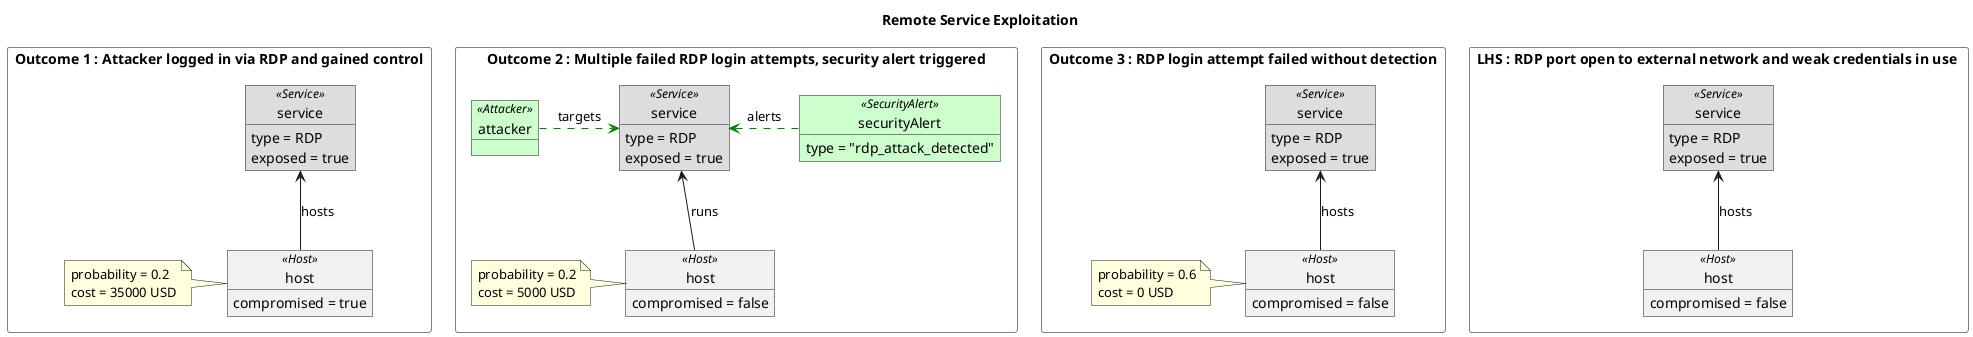
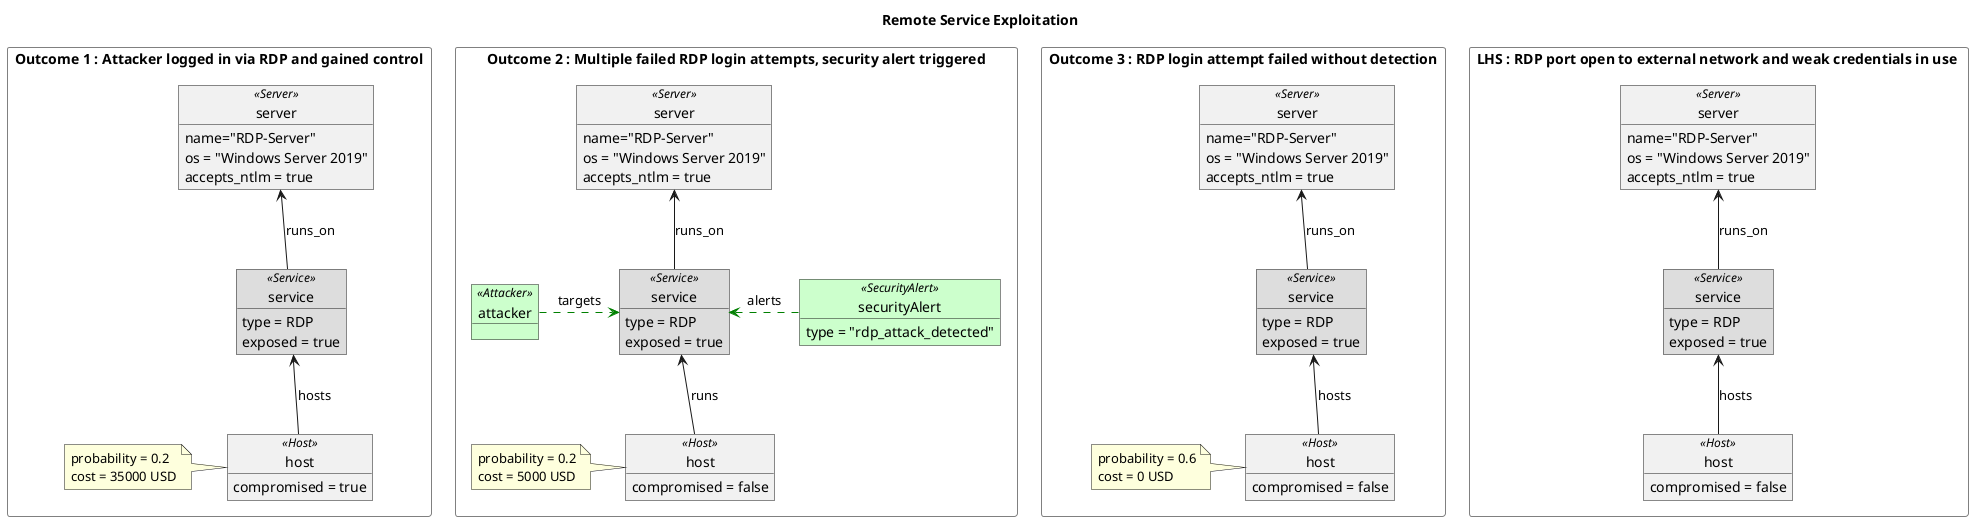
@startuml rdpService
title "Remote Service Exploitation"

top to bottom direction

rectangle "LHS : RDP port open to external network and weak credentials in use " as LHS_BOX #line:gray {

  object "service" as service_lhs <<Service>> #dddddd{
    type = RDP
    exposed = true
  }
  object "host" as host_lhs  <<Host>> {
    compromised = false
  }
+   object "server" as server_lhs <<Server>> {
+     name="RDP-Server"
+     os = "Windows Server 2019"
+     accepts_ntlm = true
+   }
  host_lhs -up-> service_lhs : hosts
+   service_lhs -up-> server_lhs : runs_on
}

rectangle "Outcome 1 : Attacker logged in via RDP and gained control" as OUTCOME_BOX_1 #line:gray {

  object "service" as service1 <<Service>> #dddddd{
    type = RDP
    exposed = true
  }
  object "host" as host1  <<Host>> {
    compromised = true
  }
+   object "server" as server1 <<Server>> {
+     name="RDP-Server"
+     os = "Windows Server 2019"
+     accepts_ntlm = true
+   }
  host1 -up-> service1 : hosts
+   service1 -up-> server1 : runs_on
  note left of host1
    probability = 0.2
    cost = 35000 USD
  end note

}

rectangle "Outcome 2 : Multiple failed RDP login attempts, security alert triggered" as OUTCOME_BOX_2 #line:gray {

  object "service" as service2 <<Service>> #dddddd{
    type = RDP
    exposed = true
  }
  object "host" as host2  <<Host>> {
    compromised = false
  }

  object "securityAlert" as securityAlert2 <<SecurityAlert>> #ccffcc {
    type = "rdp_attack_detected"
  }
- 
+   object "server" as server2 <<Server>> {
+     name="RDP-Server"
+     os = "Windows Server 2019"
+     accepts_ntlm = true
+   }
  object "attacker" as attacker2 <<Attacker>> #ccffcc

  host2 -up-> service2 : runs
  securityAlert2 -.[#green]left.-> service2 : alerts
  attacker2 .[#green]right.> service2 : targets
+   service2 -up-> server2 : runs_on
  note left of host2
    probability = 0.2
    cost = 5000 USD
  end note

}

rectangle "Outcome 3 : RDP login attempt failed without detection" as OUTCOME_BOX_3 #line:gray {


  object "service" as service3 <<Service>> #dddddd{
    type = RDP
    exposed = true
  }
  object "host" as host3  <<Host>> {
    compromised = false
  }
+   object "server" as server3 <<Server>> {
+     name="RDP-Server"
+     os = "Windows Server 2019"
+     accepts_ntlm = true
+   }
+ 
  host3 -up-> service3 : hosts
+   service3 -up-> server3 : runs_on
  note left of host3
    probability = 0.6
    cost = 0 USD
  end note

}

@enduml